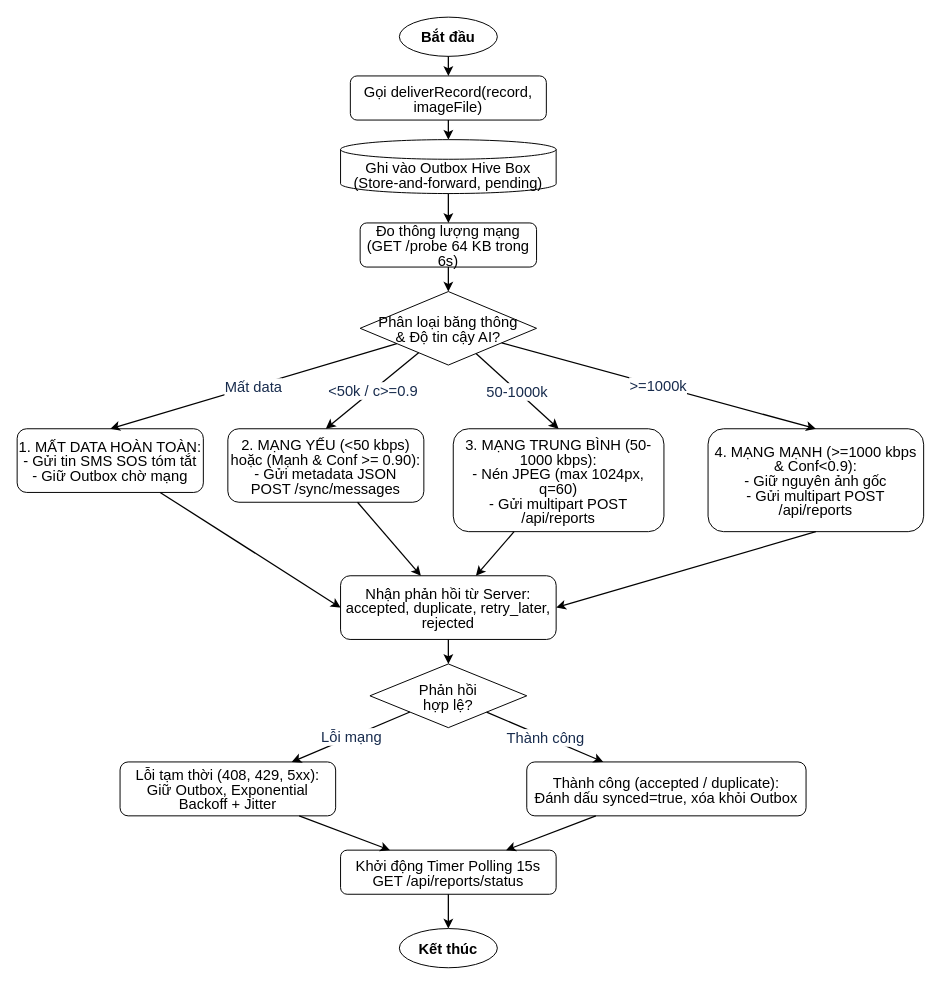
This is report/assets/diagrams/flow_03_adaptive_network_send.drawio from ngthtrong/nckh2, a draw.io file, before an edit. Source tidied: cells renumbered, new cells numbered last; positions are measured from the earlier drawing's top-left corner, leaving out a move shared by most shapes. Both pictures are drawn from the tidied source at 98%, with x=0, y=0 at pixel (17, 17).
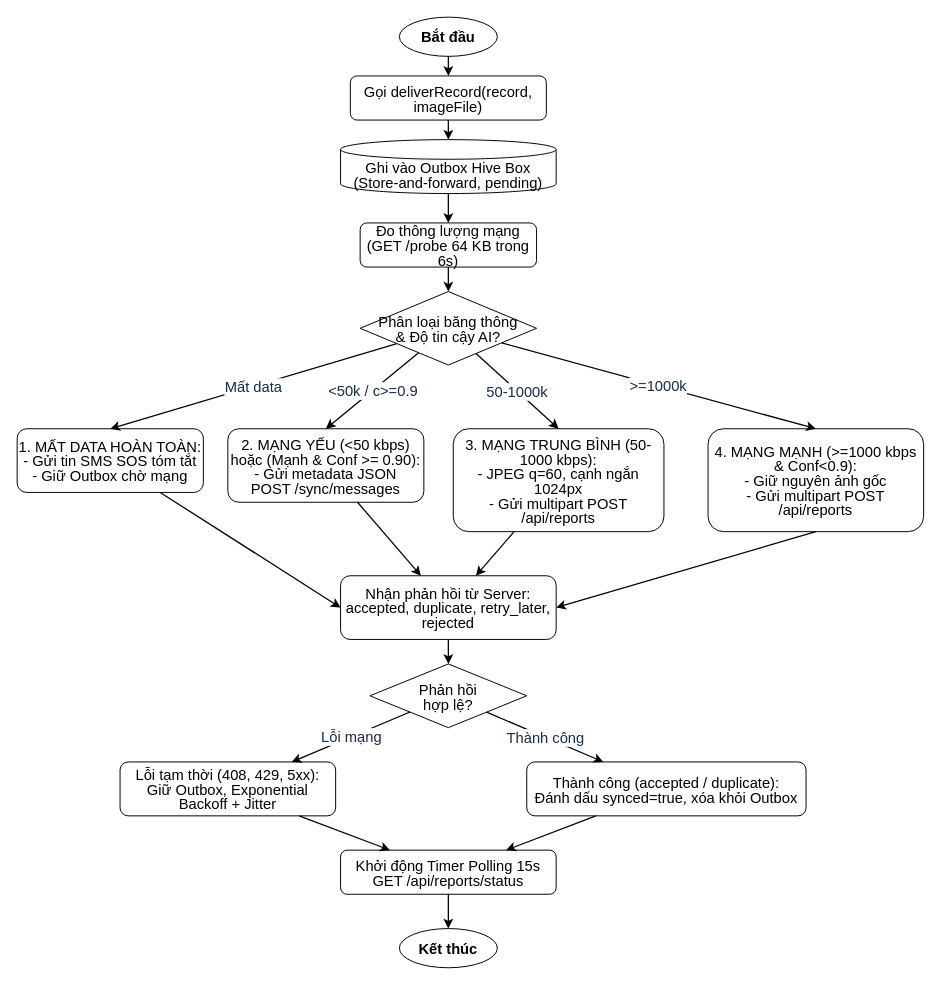
Above is the later version.

The edit, as a diff of the source:
```diff
@@
-    <mxCell id="9" value="&lt;div style=&quot;line-height:1;&quot;&gt;3. MẠNG TRUNG BÌNH (50-1000 kbps):&#10;- Nén JPEG (max 1024px, q=60)&#10;- Gửi multipart POST /api/reports&lt;/div&gt;" style="rounded=1;whiteSpace=wrap;html=1;fontSize=15;fontFamily=Helvetica;" parent="1" vertex="1">
+    <mxCell id="9" value="&lt;div style=&quot;line-height:1;&quot;&gt;3. MẠNG TRUNG BÌNH (50-1000 kbps):&#10;- JPEG q=60, cạnh ngắn 1024px&#10;- Gửi multipart POST /api/reports&lt;/div&gt;" style="rounded=1;whiteSpace=wrap;html=1;fontSize=15;fontFamily=Helvetica;" parent="1" vertex="1">
       <mxGeometry x="445" y="420" width="215" height="105" as="geometry" />
     </mxCell>
```
